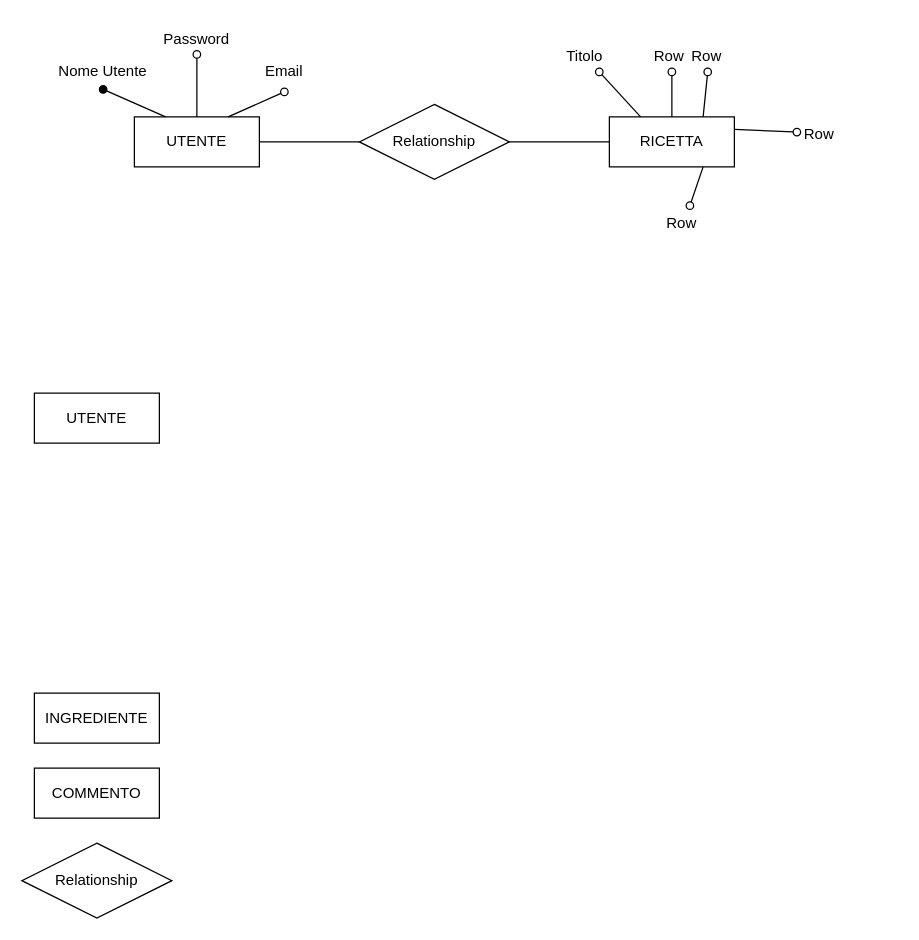
Earlier version of the draw.io diagram progetto/Untitled Diagram.drawio (m0canu1/database). Source tidied: cells renumbered, new cells numbered last; positions are measured from the earlier drawing's top-left corner, leaving out a move shared by most shapes. Both pictures are drawn from the tidied source at 125%, with x=0, y=0 at pixel (21, 21).
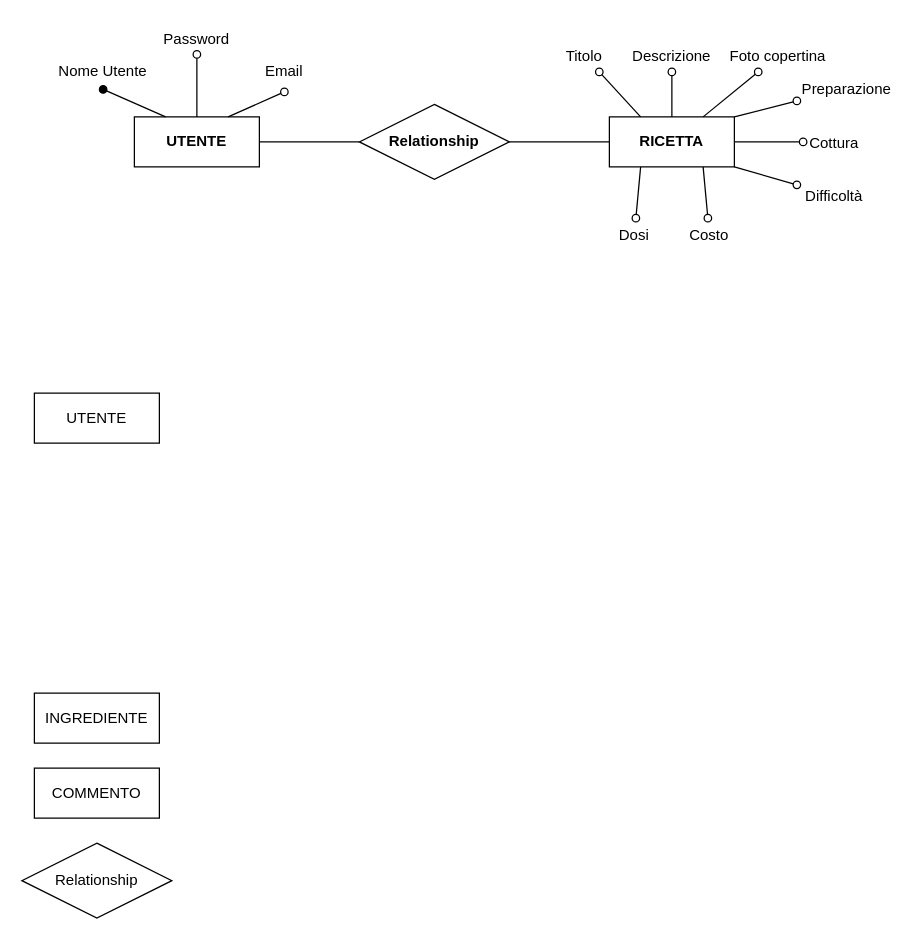
The same diagram, later.

The edit, as a diff of the source:
```diff
@@
-    <mxCell id="2" value="UTENTE" style="whiteSpace=wrap;html=1;align=center;rounded=0;shadow=0;glass=0;comic=0;" parent="1" vertex="1">
+    <mxCell id="2" value="UTENTE" style="whiteSpace=wrap;html=1;align=center;rounded=0;shadow=0;glass=0;comic=0;verticalAlign=middle;horizontal=1;fontStyle=1;" parent="1" vertex="1">
       <mxGeometry x="90" y="76" width="100" height="40" as="geometry" />
     </mxCell>
@@
-    <mxCell id="4" style="edgeStyle=none;jettySize=auto;html=1;startArrow=none;startFill=0;endArrow=none;endFill=0;endSize=6;fontSize=12;" parent="1" edge="1" source="5" target="16">
+    <mxCell id="4" style="edgeStyle=none;jettySize=auto;html=1;startArrow=none;startFill=0;endArrow=none;endFill=0;endSize=6;fontSize=12;align=center;verticalAlign=middle;horizontal=1;" parent="1" edge="1" source="5" target="16">
       <mxGeometry relative="1" as="geometry" />
     </mxCell>
-    <mxCell id="5" value="RICETTA" style="whiteSpace=wrap;html=1;align=center;" parent="1" vertex="1">
+    <mxCell id="5" value="RICETTA" style="whiteSpace=wrap;html=1;align=center;verticalAlign=middle;horizontal=1;fontStyle=1;" parent="1" vertex="1">
       <mxGeometry x="470" y="76" width="100" height="40" as="geometry" />
     </mxCell>
@@
-    <mxCell id="8" style="fontSize=12;html=1;endArrow=oval;endFill=0;exitX=0.75;exitY=0;exitDx=0;exitDy=0;entryX=0.5;entryY=1.154;entryDx=0;entryDy=0;entryPerimeter=0;" parent="1" edge="1" source="2" target="13">
+    <mxCell id="8" style="fontSize=12;html=1;endArrow=oval;endFill=0;exitX=0.75;exitY=0;exitDx=0;exitDy=0;entryX=0.5;entryY=1.154;entryDx=0;entryDy=0;entryPerimeter=0;align=center;verticalAlign=middle;horizontal=1;" parent="1" edge="1" source="2" target="13">
       <mxGeometry relative="1" as="geometry" />
     </mxCell>
-    <mxCell id="9" style="fontSize=12;html=1;endArrow=oval;endFill=0;exitX=0.5;exitY=0;exitDx=0;exitDy=0;entryX=0.5;entryY=1;entryDx=0;entryDy=0;entryPerimeter=0;" parent="1" edge="1" source="2" target="12">
+    <mxCell id="9" style="fontSize=12;html=1;endArrow=oval;endFill=0;exitX=0.5;exitY=0;exitDx=0;exitDy=0;entryX=0.5;entryY=1;entryDx=0;entryDy=0;entryPerimeter=0;align=center;verticalAlign=middle;horizontal=1;" parent="1" edge="1" source="2" target="12">
       <mxGeometry relative="1" as="geometry" />
     </mxCell>
-    <mxCell id="10" style="fontSize=12;html=1;endArrow=oval;endFill=1;exitX=0.25;exitY=0;exitDx=0;exitDy=0;startArrow=none;startFill=0;entryX=0.5;entryY=1.077;entryDx=0;entryDy=0;entryPerimeter=0;" parent="1" edge="1" source="2" target="11">
+    <mxCell id="10" style="fontSize=12;html=1;endArrow=oval;endFill=1;exitX=0.25;exitY=0;exitDx=0;exitDy=0;startArrow=none;startFill=0;entryX=0.5;entryY=1.077;entryDx=0;entryDy=0;entryPerimeter=0;align=center;verticalAlign=middle;horizontal=1;" parent="1" edge="1" source="2" target="11">
       <mxGeometry relative="1" as="geometry" />
     </mxCell>
-    <mxCell id="11" value="Nome Utente" style="text;strokeColor=none;fillColor=none;spacingLeft=4;spacingRight=4;overflow=hidden;points=[[0,0.5],[1,0.5]];portConstraint=eastwest;fontSize=12;align=center;" parent="1" vertex="1">
+    <mxCell id="11" value="Nome Utente" style="text;strokeColor=none;fillColor=none;spacingLeft=4;spacingRight=4;overflow=hidden;points=[[0,0.5],[1,0.5]];portConstraint=eastwest;fontSize=12;align=center;verticalAlign=middle;horizontal=1;" parent="1" vertex="1">
       <mxGeometry x="25" y="26" width="80" height="26" as="geometry" />
     </mxCell>
-    <mxCell id="12" value="Password" style="text;strokeColor=none;fillColor=none;spacingLeft=4;spacingRight=4;overflow=hidden;points=[[0,0.5],[1,0.5]];portConstraint=eastwest;fontSize=12;align=center;" parent="1" vertex="1">
+    <mxCell id="12" value="Password" style="text;strokeColor=none;fillColor=none;spacingLeft=4;spacingRight=4;overflow=hidden;points=[[0,0.5],[1,0.5]];portConstraint=eastwest;fontSize=12;align=center;verticalAlign=middle;horizontal=1;" parent="1" vertex="1">
       <mxGeometry x="105" width="70" height="26" as="geometry" />
     </mxCell>
-    <mxCell id="13" value="Email" style="text;strokeColor=none;fillColor=none;spacingLeft=4;spacingRight=4;overflow=hidden;points=[[0,0.5],[1,0.5]];portConstraint=eastwest;fontSize=12;align=center;" parent="1" vertex="1">
+    <mxCell id="13" value="Email" style="text;strokeColor=none;fillColor=none;spacingLeft=4;spacingRight=4;overflow=hidden;points=[[0,0.5],[1,0.5]];portConstraint=eastwest;fontSize=12;align=center;verticalAlign=middle;horizontal=1;" parent="1" vertex="1">
       <mxGeometry x="190" y="26" width="40" height="26" as="geometry" />
     </mxCell>
@@
-    <mxCell id="15" style="edgeStyle=none;jettySize=auto;html=1;startArrow=none;startFill=0;endArrow=none;endFill=0;endSize=6;fontSize=12;" parent="1" edge="1" source="16" target="2">
+    <mxCell id="15" style="edgeStyle=none;jettySize=auto;html=1;startArrow=none;startFill=0;endArrow=none;endFill=0;endSize=6;fontSize=12;align=center;verticalAlign=middle;horizontal=1;" parent="1" edge="1" source="16" target="2">
       <mxGeometry relative="1" as="geometry" />
     </mxCell>
-    <mxCell id="16" value="Relationship" style="shape=rhombus;perimeter=rhombusPerimeter;whiteSpace=wrap;html=1;align=center;rounded=0;shadow=0;glass=0;comic=0;fontSize=12;" parent="1" vertex="1">
+    <mxCell id="16" value="Relationship" style="shape=rhombus;perimeter=rhombusPerimeter;whiteSpace=wrap;html=1;align=center;rounded=0;shadow=0;glass=0;comic=0;fontSize=12;verticalAlign=middle;horizontal=1;fontStyle=1;" parent="1" vertex="1">
       <mxGeometry x="270" y="66" width="120" height="60" as="geometry" />
     </mxCell>
-    <mxCell id="17" style="fontSize=12;html=1;endArrow=oval;endFill=0;exitX=0.5;exitY=0;exitDx=0;exitDy=0;" parent="1" edge="1" source="5" target="21">
+    <mxCell id="17" style="fontSize=12;html=1;endArrow=oval;endFill=0;exitX=0.5;exitY=0;exitDx=0;exitDy=0;align=center;verticalAlign=middle;horizontal=1;" parent="1" edge="1" source="5" target="21">
       <mxGeometry relative="1" as="geometry" />
     </mxCell>
-    <mxCell id="18" style="fontSize=12;html=1;endArrow=oval;endFill=0;exitX=0.25;exitY=0;exitDx=0;exitDy=0;" parent="1" edge="1" source="5" target="20">
+    <mxCell id="18" style="fontSize=12;html=1;endArrow=oval;endFill=0;exitX=0.25;exitY=0;exitDx=0;exitDy=0;align=center;verticalAlign=middle;horizontal=1;" parent="1" edge="1" source="5" target="20">
       <mxGeometry relative="1" as="geometry" />
     </mxCell>
-    <mxCell id="19" style="fontSize=12;html=1;endArrow=oval;endFill=0;exitX=0.75;exitY=0;exitDx=0;exitDy=0;" parent="1" edge="1" source="5" target="22">
+    <mxCell id="19" style="fontSize=12;html=1;endArrow=oval;endFill=0;exitX=0.75;exitY=0;exitDx=0;exitDy=0;align=center;verticalAlign=middle;horizontal=1;" parent="1" edge="1" source="5" target="22">
       <mxGeometry relative="1" as="geometry" />
     </mxCell>
-    <mxCell id="20" value="Titolo" style="text;strokeColor=none;fillColor=none;spacingLeft=4;spacingRight=4;overflow=hidden;points=[[0,0.5],[1,0.5]];portConstraint=eastwest;fontSize=12;" parent="1" vertex="1">
+    <mxCell id="20" value="Titolo" style="text;strokeColor=none;fillColor=none;spacingLeft=4;spacingRight=4;overflow=hidden;points=[[0,0.5],[1,0.5]];portConstraint=eastwest;fontSize=12;align=center;verticalAlign=middle;horizontal=1;" parent="1" vertex="1">
       <mxGeometry x="430" y="14" width="40" height="26" as="geometry" />
     </mxCell>
-    <mxCell id="21" value="Row" style="text;strokeColor=none;fillColor=none;spacingLeft=4;spacingRight=4;overflow=hidden;points=[[0,0.5],[1,0.5]];portConstraint=eastwest;fontSize=12;" parent="1" vertex="1">
-      <mxGeometry x="500" y="14" width="40" height="26" as="geometry" />
+    <mxCell id="21" value="Descrizione" style="text;strokeColor=none;fillColor=none;spacingLeft=4;spacingRight=4;overflow=hidden;points=[[0,0.5],[1,0.5]];portConstraint=eastwest;fontSize=12;align=center;verticalAlign=middle;horizontal=1;" parent="1" vertex="1">
+      <mxGeometry x="485" y="14" width="70" height="26" as="geometry" />
     </mxCell>
-    <mxCell id="22" value="Row" style="text;strokeColor=none;fillColor=none;spacingLeft=4;spacingRight=4;overflow=hidden;points=[[0,0.5],[1,0.5]];portConstraint=eastwest;fontSize=12;" parent="1" vertex="1">
-      <mxGeometry x="530" y="14" width="40" height="26" as="geometry" />
+    <mxCell id="22" value="Foto copertina" style="text;strokeColor=none;fillColor=none;spacingLeft=4;spacingRight=4;overflow=hidden;points=[[0,0.5],[1,0.5]];portConstraint=eastwest;fontSize=12;align=center;verticalAlign=middle;horizontal=1;" parent="1" vertex="1">
+      <mxGeometry x="560" y="14" width="90" height="26" as="geometry" />
     </mxCell>
-    <mxCell id="23" style="fontSize=12;html=1;endArrow=oval;endFill=0;exitX=0.75;exitY=1;exitDx=0;exitDy=0;" parent="1" edge="1" source="5" target="24">
+    <mxCell id="23" style="fontSize=12;html=1;endArrow=oval;endFill=0;exitX=0.75;exitY=1;exitDx=0;exitDy=0;align=center;verticalAlign=middle;horizontal=1;" parent="1" edge="1" source="5" target="24">
       <mxGeometry relative="1" as="geometry" />
     </mxCell>
-    <mxCell id="24" value="Row" style="text;strokeColor=none;fillColor=none;spacingLeft=4;spacingRight=4;overflow=hidden;points=[[0,0.5],[1,0.5]];portConstraint=eastwest;fontSize=12;" parent="1" vertex="1">
-      <mxGeometry x="510" y="147" width="40" height="26" as="geometry" />
+    <mxCell id="24" value="Costo" style="text;strokeColor=none;fillColor=none;spacingLeft=4;spacingRight=4;overflow=hidden;points=[[0,0.5],[1,0.5]];portConstraint=eastwest;fontSize=12;align=center;verticalAlign=middle;horizontal=1;" parent="1" vertex="1">
+      <mxGeometry x="530" y="157" width="40" height="26" as="geometry" />
     </mxCell>
-    <mxCell id="25" style="fontSize=12;html=1;endArrow=oval;endFill=0;exitX=1;exitY=0.25;exitDx=0;exitDy=0;" parent="1" edge="1" source="5" target="26">
+    <mxCell id="25" style="fontSize=12;html=1;endArrow=oval;endFill=0;exitX=1;exitY=1;exitDx=0;exitDy=0;align=center;verticalAlign=middle;horizontal=1;" parent="1" edge="1" source="5" target="26">
       <mxGeometry relative="1" as="geometry" />
     </mxCell>
-    <mxCell id="26" value="Row" style="text;strokeColor=none;fillColor=none;spacingLeft=4;spacingRight=4;overflow=hidden;points=[[0,0.5],[1,0.5]];portConstraint=eastwest;fontSize=12;" parent="1" vertex="1">
-      <mxGeometry x="620" y="76" width="40" height="26" as="geometry" />
+    <mxCell id="26" value="Difficoltà" style="text;strokeColor=none;fillColor=none;spacingLeft=4;spacingRight=4;overflow=hidden;points=[[0,0.5],[1,0.5]];portConstraint=eastwest;fontSize=12;align=center;verticalAlign=middle;horizontal=1;" parent="1" vertex="1">
+      <mxGeometry x="620" y="126" width="60" height="26" as="geometry" />
     </mxCell>
+    <mxCell id="27" style="fontSize=12;html=1;endArrow=oval;endFill=0;exitX=0.25;exitY=1;exitDx=0;exitDy=0;align=center;verticalAlign=middle;horizontal=1;" parent="1" edge="1" source="5" target="28">
+      <mxGeometry relative="1" as="geometry" />
+    </mxCell>
+    <mxCell id="28" value="Dosi" style="text;strokeColor=none;fillColor=none;spacingLeft=4;spacingRight=4;overflow=hidden;points=[[0,0.5],[1,0.5]];portConstraint=eastwest;fontSize=12;align=center;verticalAlign=middle;horizontal=1;" parent="1" vertex="1">
+      <mxGeometry x="470" y="157" width="40" height="26" as="geometry" />
+    </mxCell>
+    <mxCell id="29" style="fontSize=12;html=1;endArrow=oval;endFill=0;exitX=1;exitY=0;exitDx=0;exitDy=0;align=center;verticalAlign=middle;horizontal=1;" parent="1" edge="1" source="5" target="30">
+      <mxGeometry relative="1" as="geometry" />
+    </mxCell>
+    <mxCell id="30" value="Preparazione" style="text;strokeColor=none;fillColor=none;spacingLeft=4;spacingRight=4;overflow=hidden;points=[[0,0.5],[1,0.5]];portConstraint=eastwest;fontSize=12;align=center;verticalAlign=middle;horizontal=1;" parent="1" vertex="1">
+      <mxGeometry x="620" y="40" width="80" height="26" as="geometry" />
+    </mxCell>
+    <mxCell id="31" style="fontSize=12;html=1;endArrow=oval;endFill=0;exitX=1;exitY=0.5;exitDx=0;exitDy=0;align=center;verticalAlign=middle;horizontal=1;" parent="1" edge="1" source="5" target="32">
+      <mxGeometry relative="1" as="geometry" />
+    </mxCell>
+    <mxCell id="32" value="Cottura" style="text;strokeColor=none;fillColor=none;spacingLeft=4;spacingRight=4;overflow=hidden;points=[[0,0.5],[1,0.5]];portConstraint=eastwest;fontSize=12;align=center;verticalAlign=middle;horizontal=1;" parent="1" vertex="1">
+      <mxGeometry x="625" y="83" width="50" height="26" as="geometry" />
+    </mxCell>
```
